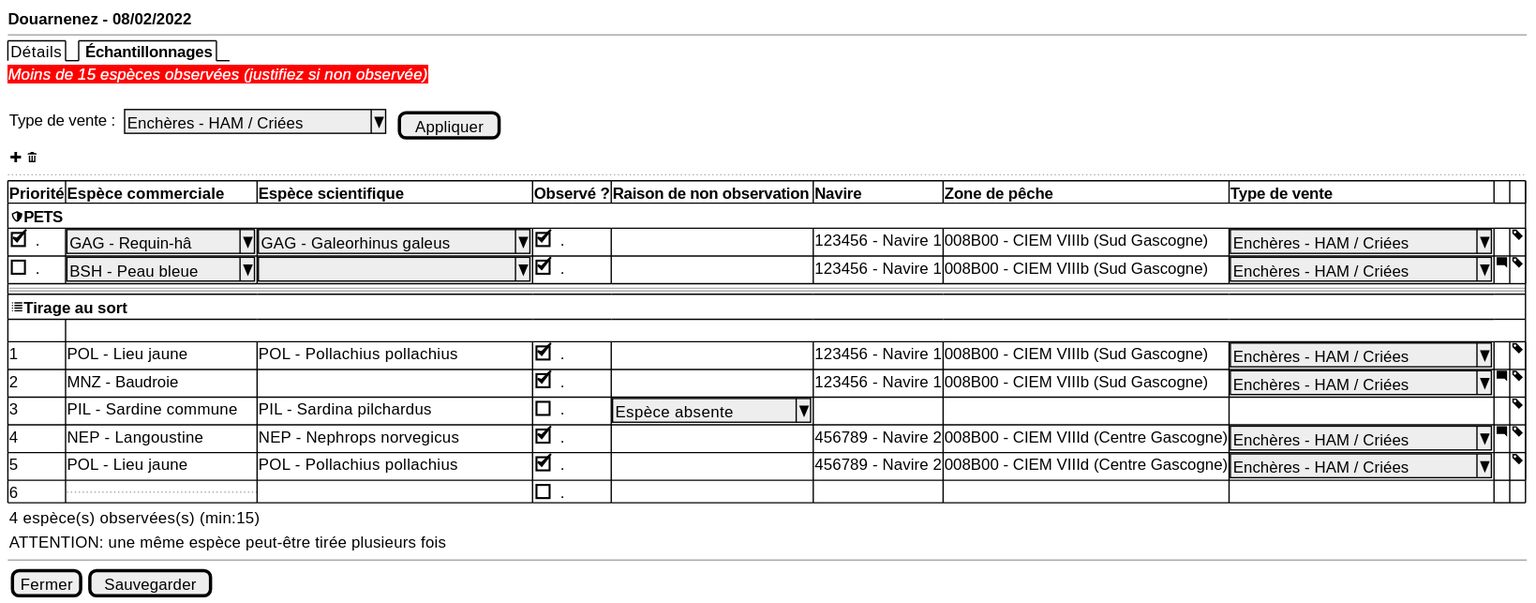
The PlantUML diagram projects/obsvente/spe/images/landings-table-pets-random.svg in sumaris-net/sumaris-doc, before a commit. Its source is kept beside it as projects/obsvente/spe/images/landings-table-pets-random.puml.
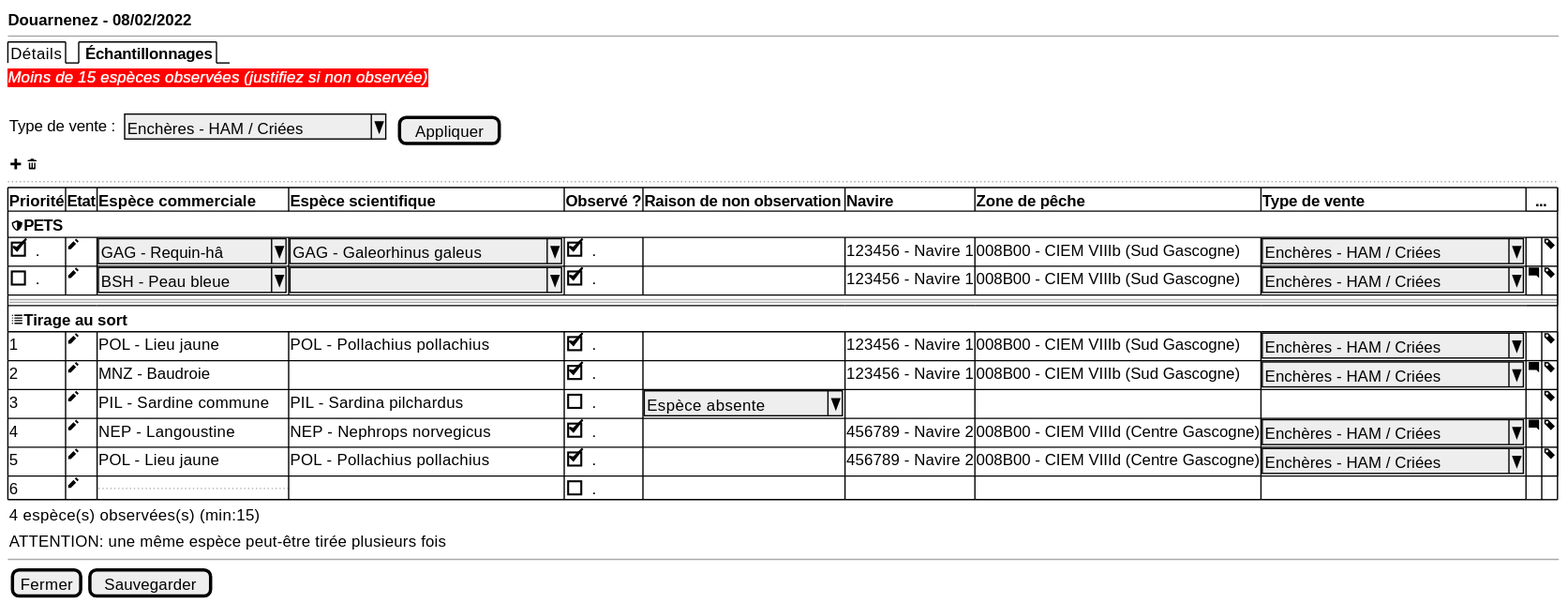
After the commit.

Diff of the diagram source:
```diff
@@ -15,24 +15,23 @@
   { <&plus> <&trash> }
   ..
 	{#
-	    <b>Priorité | <b>Espèce commerciale | <b>Espèce scientifique  | <b>Observé ? | <b>Raison de non observation | <b>Navire | <b>Zone de pêche| <b>Type de vente | . | .
+	    <b>Priorité | <b>Etat | <b>Espèce commerciale | <b>Espèce scientifique  | <b>Observé ? | <b>Raison de non observation | <b>Navire | <b>Zone de pêche| <b>Type de vente | <b>  ... | *
          {
           <&shield><b>PETS
-         } | * | * | * | * | * | * | * | * | * | *
-        [X]. | ^GAG - Requin-hâ ^ | ^GAG - Galeorhinus galeus^ | [X]. | . | 123456 - Navire 1 | 008B00 - CIEM VIIIb (Sud Gascogne) | ^Enchères - HAM / Criées^ | . | <&tag>
-        []. | ^BSH - Peau bleue^ | ^                        ^ | [X]. | . | 123456 - Navire 1 | 008B00 - CIEM VIIIb (Sud Gascogne) | ^Enchères - HAM / Criées^ | <&comment-square> | <&tag>
+         } | * | * | * | * | * | * | * | * | * | * | *
+        [X]. | <&pencil> | ^GAG - Requin-hâ ^ | ^GAG - Galeorhinus galeus^ | [X]. | . | 123456 - Navire 1 | 008B00 - CIEM VIIIb (Sud Gascogne) | ^Enchères - HAM / Criées^ | . | <&tag>
+        []. | <&pencil> | ^BSH - Peau bleue^ | ^                        ^ | [X]. | . | 123456 - Navire 1 | 008B00 - CIEM VIIIb (Sud Gascogne) | ^Enchères - HAM / Criées^ | <&comment-square> | <&tag>
         == | * | * | * | * | * | * | * | * | * | *
          {
              <&list><b>Tirage au sort
 
-         } | * | * | * | * | * | * | * | * | * | *
-        .
-        1 | POL - Lieu jaune | POL - Pollachius pollachius | [X]. | . | 123456 - Navire 1 | 008B00 - CIEM VIIIb (Sud Gascogne) | ^Enchères - HAM / Criées^ | . | <&tag>
-        2 | MNZ - Baudroie | . |  [X]. | . | 123456 - Navire 1 | 008B00 - CIEM VIIIb (Sud Gascogne) | ^Enchères - HAM / Criées^ | <&comment-square> | <&tag>
-        3 | PIL - Sardine commune | PIL - Sardina pilchardus | [ ]. | ^ Espèce absente  ^  | . | . | . | . | <&tag>
-        4 | NEP - Langoustine | NEP - Nephrops norvegicus | [X]. | . | 456789 - Navire 2 | 008B00 - CIEM VIIId (Centre Gascogne) | ^Enchères - HAM / Criées^ | <&comment-square> | <&tag>
-        5 | POL - Lieu jaune | POL - Pollachius pollachius | [X]. | . | 456789 - Navire 2 | 008B00 - CIEM VIIId (Centre Gascogne) | ^Enchères - HAM / Criées^ | . | <&tag>
-        6 | ... | . | [ ] . | . | . | . | . | .
+         } | * | * | * | * | * | * | * | * | * | * | *
+        1 | <&pencil> |POL - Lieu jaune | POL - Pollachius pollachius | [X]. | . | 123456 - Navire 1 | 008B00 - CIEM VIIIb (Sud Gascogne) | ^Enchères - HAM / Criées^ | . | <&tag>
+        2 | <&pencil> |MNZ - Baudroie | . |  [X]. | . | 123456 - Navire 1 | 008B00 - CIEM VIIIb (Sud Gascogne) | ^Enchères - HAM / Criées^ | <&comment-square> | <&tag>
+        3 | <&pencil> |PIL - Sardine commune | PIL - Sardina pilchardus | [ ]. | ^ Espèce absente  ^  | . | . | . | . | <&tag>
+        4 | <&pencil> |NEP - Langoustine | NEP - Nephrops norvegicus | [X]. | . | 456789 - Navire 2 | 008B00 - CIEM VIIId (Centre Gascogne) | ^Enchères - HAM / Criées^ | <&comment-square> | <&tag>
+        5 | <&pencil> |POL - Lieu jaune | POL - Pollachius pollachius | [X]. | . | 456789 - Navire 2 | 008B00 - CIEM VIIId (Centre Gascogne) | ^Enchères - HAM / Criées^ | . | <&tag>
+        6 | <&pencil> |... | . | [ ] . | . | . | . | . | .
 
     }
     { 4 espèce(s) observées(s) (min:15)  }
```
